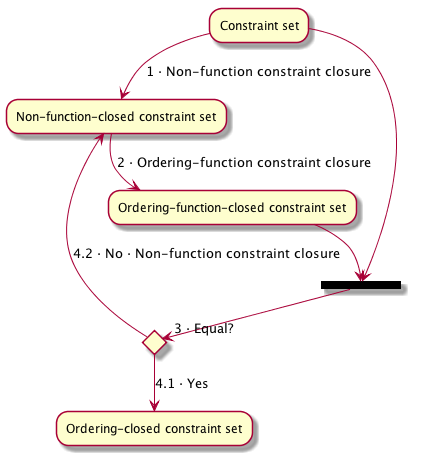
The PlantUML diagram docs/images/ordering-constraint-closure.png in JHU-PL-Lab/whayrf, before a commit. The source it was exported from:
```plantuml
@startuml
"Constraint set" -->[1 · Non-function constraint closure] "Non-function-closed constraint set"
-->[2 · Ordering-function constraint closure] "Ordering-function-closed constraint set"
--> ===equal===
"Constraint set" --> ===equal===
if "3 · Equal?" then
  -->[4.1 · Yes] "Ordering-closed constraint set"
else
  -->[4.2 · No · Non-function constraint closure] "Non-function-closed constraint set"
endif
@enduml
```
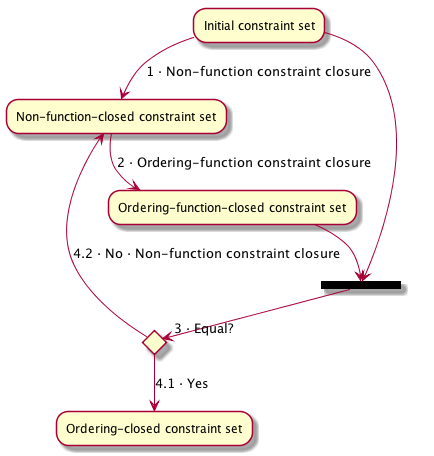
After the commit.

What changed in the source:
```diff
@@ -1,8 +1,8 @@
 @startuml
-"Constraint set" -->[1 · Non-function constraint closure] "Non-function-closed constraint set"
+"Initial constraint set" -->[1 · Non-function constraint closure] "Non-function-closed constraint set"
 -->[2 · Ordering-function constraint closure] "Ordering-function-closed constraint set"
 --> ===equal===
-"Constraint set" --> ===equal===
+"Initial constraint set" --> ===equal===
 if "3 · Equal?" then
   -->[4.1 · Yes] "Ordering-closed constraint set"
 else
```
